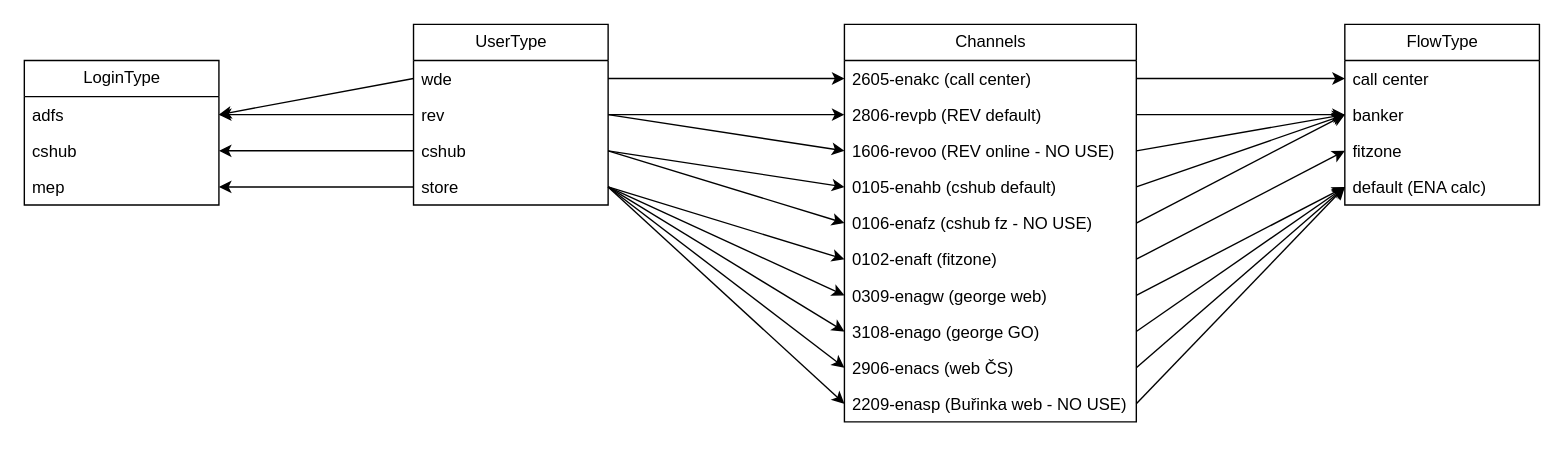
This is ENA_model.drawio from ondrejtuma-ext43301/diagrams, a draw.io file, before an edit. Source tidied: cells renumbered, new cells numbered last; positions are measured from the earlier drawing's top-left corner, leaving out a move shared by most shapes. Both pictures are drawn from the tidied source at 139%, with x=0, y=0 at pixel (24, 24).
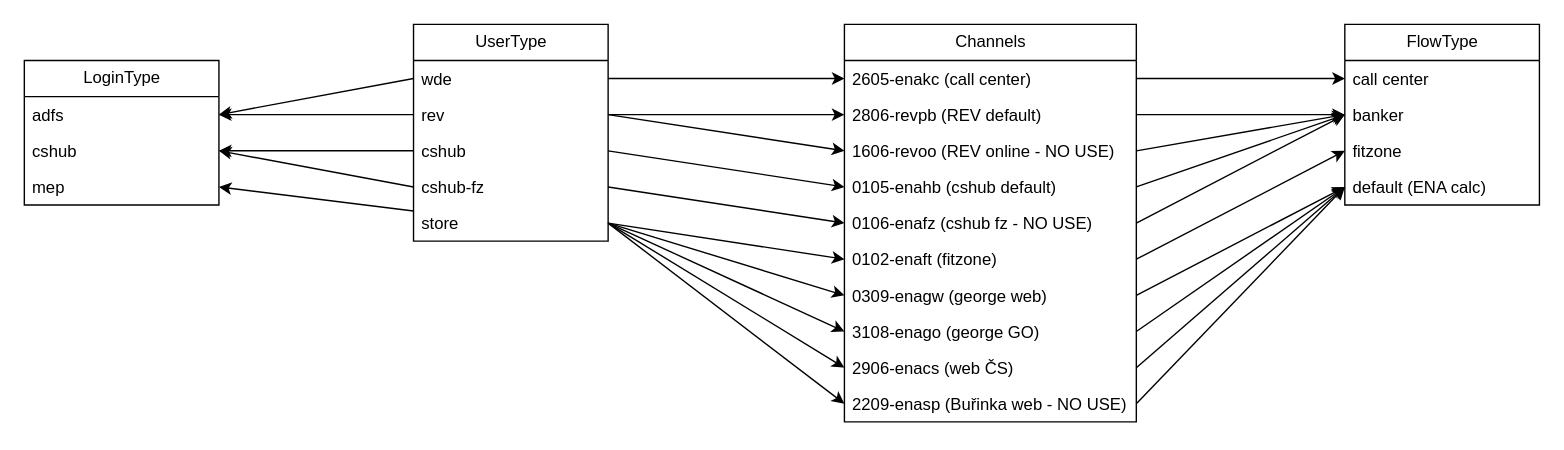
After the change.

Commit message:
chore: add cshub-fz user type

Unchanged cells that the change refers to:
```xml
<mxCell id="5" value="cshub" style="text;strokeColor=none;fillColor=none;align=left;verticalAlign=top;spacingLeft=4;spacingRight=4;overflow=hidden;points=[[0,0.5],[1,0.5]];portConstraint=eastwest;whiteSpace=wrap;html=1;" parent="2" vertex="1">
  <mxGeometry y="78" width="140" height="26" as="geometry" />
</mxCell>
<mxCell id="9" value="cshub" style="text;strokeColor=none;fillColor=none;align=left;verticalAlign=top;spacingLeft=4;spacingRight=4;overflow=hidden;points=[[0,0.5],[1,0.5]];portConstraint=eastwest;whiteSpace=wrap;html=1;" parent="7" vertex="1">
  <mxGeometry y="52" width="140" height="26" as="geometry" />
</mxCell>
<mxCell id="16" value="0106-enafz (cshub fz - NO USE)" style="text;strokeColor=none;fillColor=none;align=left;verticalAlign=top;spacingLeft=4;spacingRight=4;overflow=hidden;points=[[0,0.5],[1,0.5]];portConstraint=eastwest;whiteSpace=wrap;html=1;" parent="11" vertex="1">
  <mxGeometry y="130" width="210" height="26" as="geometry" />
</mxCell>
```

Change to the diagram source:
```diff
@@
     <mxCell id="2" value="UserType" style="swimlane;fontStyle=0;horizontal=1;startSize=26;fillColor=none;html=1;" parent="1" vertex="1">
-      <mxGeometry x="280" width="140" height="130" as="geometry" />
+      <mxGeometry x="280" width="140" height="156" as="geometry" />
     </mxCell>
@@
+    <mxCell id="51" value="cshub-fz" style="text;strokeColor=none;fillColor=none;align=left;verticalAlign=top;spacingLeft=4;spacingRight=4;overflow=hidden;points=[[0,0.5],[1,0.5]];portConstraint=eastwest;whiteSpace=wrap;html=1;" parent="2" vertex="1">
+      <mxGeometry y="104" width="140" height="26" as="geometry" />
+    </mxCell>
     <mxCell id="6" value="store" style="text;strokeColor=none;fillColor=none;align=left;verticalAlign=top;spacingLeft=4;spacingRight=4;overflow=hidden;points=[[0,0.5],[1,0.5]];portConstraint=eastwest;whiteSpace=wrap;html=1;" parent="2" vertex="1">
-      <mxGeometry y="104" width="140" height="26" as="geometry" />
+      <mxGeometry y="130" width="140" height="26" as="geometry" />
     </mxCell>
@@
-    <mxCell id="47" style="endArrow=classic;html=1;rounded=0;exitX=1;exitY=0.5;exitDx=0;exitDy=0;entryX=0;entryY=0.5;entryDx=0;entryDy=0;" parent="1" edge="1" source="5" target="16">
+    <mxCell id="47" style="endArrow=classic;html=1;rounded=0;exitX=1;exitY=0.5;exitDx=0;exitDy=0;entryX=0;entryY=0.5;entryDx=0;entryDy=0;" parent="1" edge="1" source="51" target="16">
       <mxGeometry relative="1" as="geometry" />
     </mxCell>
@@
+    <mxCell id="52" style="endArrow=classic;html=1;rounded=0;entryX=1;entryY=0.5;entryDx=0;entryDy=0;exitX=0;exitY=0.5;exitDx=0;exitDy=0;" parent="1" edge="1" source="51" target="9">
+      <mxGeometry relative="1" as="geometry" />
+    </mxCell>
```
